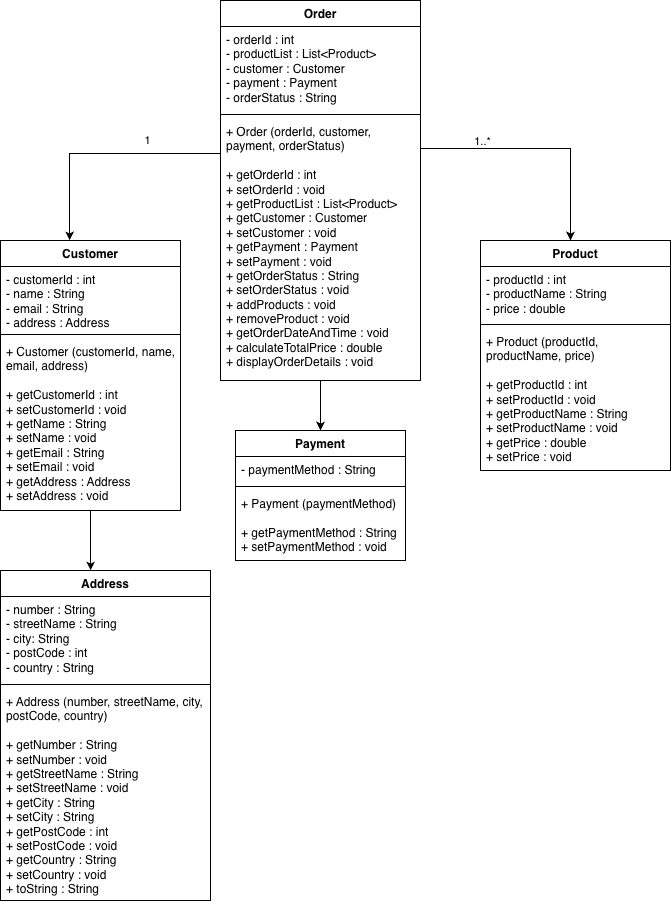
This is uml-diagram-onlineShop.drawio.png from SangeethaNachimuthu/SimpleOnlineShop, a draw.io export, as it was before one commit. Source tidied: cells renumbered, new cells last; positions are measured from the earlier drawing's top-left corner, leaving out a move shared by most shapes.
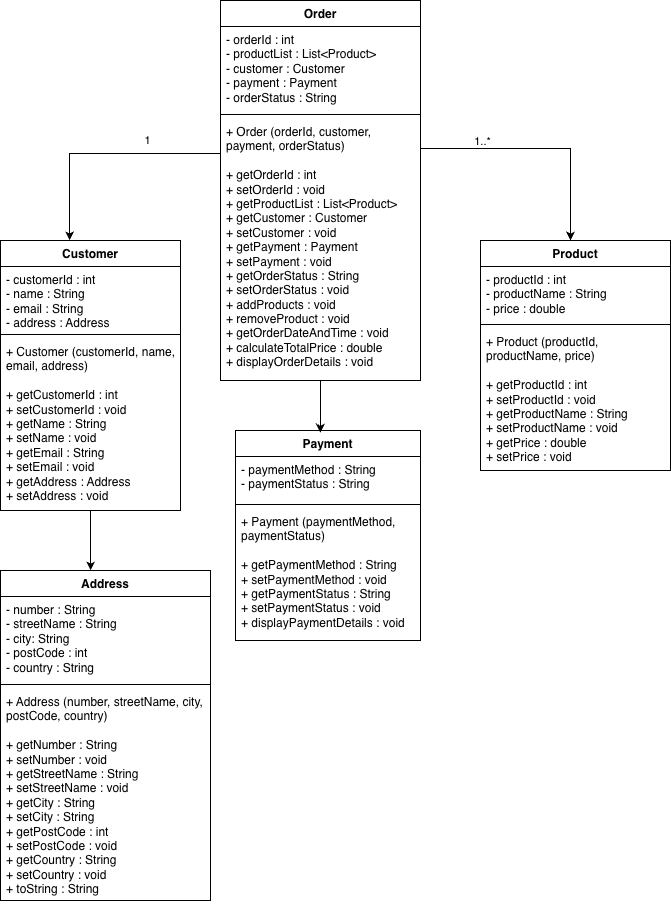
Later version of the same file.

Change to the diagram source:
```diff
@@ -26,9 +26,6 @@
     <mxCell id="9" value="+ Product (productId, productName, price)&lt;div&gt;&lt;br&gt;&lt;/div&gt;&lt;div&gt;+ getProductId : int&lt;/div&gt;&lt;div&gt;+ setProductId : void&lt;/div&gt;&lt;div&gt;+ getProductName : String&lt;/div&gt;&lt;div&gt;+ setProductName : void&lt;/div&gt;&lt;div&gt;+ getPrice : double&lt;/div&gt;&lt;div&gt;+ setPrice : void&lt;/div&gt;" style="text;strokeColor=none;fillColor=none;align=left;verticalAlign=top;spacingLeft=4;spacingRight=4;overflow=hidden;whiteSpace=wrap;html=1;" parent="6" vertex="1">
       <mxGeometry y="88" width="190" height="142" as="geometry" />
     </mxCell>
-    <mxCell id="10" style="edgeStyle=orthogonalEdgeStyle;rounded=0;jettySize=auto;html=1;entryX=0.5;entryY=0;entryDx=0;entryDy=0;" parent="1" edge="1" source="11" target="24">
-      <mxGeometry relative="1" as="geometry" />
-    </mxCell>
     <mxCell id="11" value="Order" style="swimlane;fontStyle=1;align=center;verticalAlign=top;horizontal=1;startSize=26;whiteSpace=wrap;html=1;" parent="1" vertex="1">
       <mxGeometry x="220" width="200" height="380" as="geometry" />
     </mxCell>
@@ -83,16 +80,19 @@
       <mxGeometry relative="1" as="geometry" />
     </mxCell>
     <mxCell id="24" value="Payment" style="swimlane;fontStyle=1;align=center;verticalAlign=top;horizontal=1;startSize=26;whiteSpace=wrap;html=1;" parent="1" vertex="1">
-      <mxGeometry x="235" y="430" width="170" height="130" as="geometry" />
+      <mxGeometry x="235" y="430" width="185" height="210" as="geometry" />
     </mxCell>
-    <mxCell id="25" value="- paymentMethod : String" style="text;strokeColor=none;fillColor=none;align=left;verticalAlign=top;spacingLeft=4;spacingRight=4;overflow=hidden;whiteSpace=wrap;html=1;" parent="24" vertex="1">
-      <mxGeometry y="26" width="170" height="26" as="geometry" />
+    <mxCell id="25" value="- paymentMethod : String&lt;div&gt;- paymentStatus : String&lt;/div&gt;" style="text;strokeColor=none;fillColor=none;align=left;verticalAlign=top;spacingLeft=4;spacingRight=4;overflow=hidden;whiteSpace=wrap;html=1;" parent="24" vertex="1">
+      <mxGeometry y="26" width="185" height="44" as="geometry" />
     </mxCell>
     <mxCell id="26" style="line;strokeWidth=1;fillColor=none;align=left;verticalAlign=middle;spacingTop=-1;spacingLeft=3;spacingRight=3;labelPosition=right;strokeColor=inherit;" parent="24" vertex="1">
-      <mxGeometry y="52" width="170" height="8" as="geometry" />
+      <mxGeometry y="70" width="185" height="8" as="geometry" />
     </mxCell>
-    <mxCell id="27" value="+ Payment (paymentMethod)&lt;div&gt;&lt;br&gt;&lt;/div&gt;&lt;div&gt;+ getPaymentMethod : String&lt;/div&gt;&lt;div&gt;+ setPaymentMethod : void&lt;/div&gt;" style="text;strokeColor=none;fillColor=none;align=left;verticalAlign=top;spacingLeft=4;spacingRight=4;overflow=hidden;whiteSpace=wrap;html=1;" parent="24" vertex="1">
-      <mxGeometry y="60" width="170" height="70" as="geometry" />
+    <mxCell id="27" value="+ Payment (paymentMethod, paymentStatus)&lt;div&gt;&lt;br&gt;&lt;/div&gt;&lt;div&gt;+ getPaymentMethod : String&lt;/div&gt;&lt;div&gt;+ setPaymentMethod : void&lt;/div&gt;&lt;div&gt;+ getPaymentStatus : String&lt;/div&gt;&lt;div&gt;+ setPaymentStatus : void&lt;/div&gt;&lt;div&gt;+ displayPaymentDetails : void&lt;/div&gt;" style="text;strokeColor=none;fillColor=none;align=left;verticalAlign=top;spacingLeft=4;spacingRight=4;overflow=hidden;whiteSpace=wrap;html=1;" parent="24" vertex="1">
+      <mxGeometry y="78" width="185" height="132" as="geometry" />
     </mxCell>
+    <mxCell id="10" style="edgeStyle=orthogonalEdgeStyle;rounded=0;jettySize=auto;html=1;entryX=0.459;entryY=0.01;entryDx=0;entryDy=0;entryPerimeter=0;" parent="1" edge="1" source="11" target="24">
+      <mxGeometry relative="1" as="geometry" />
+    </mxCell>
   </root>
 </mxGraphModel>
```
